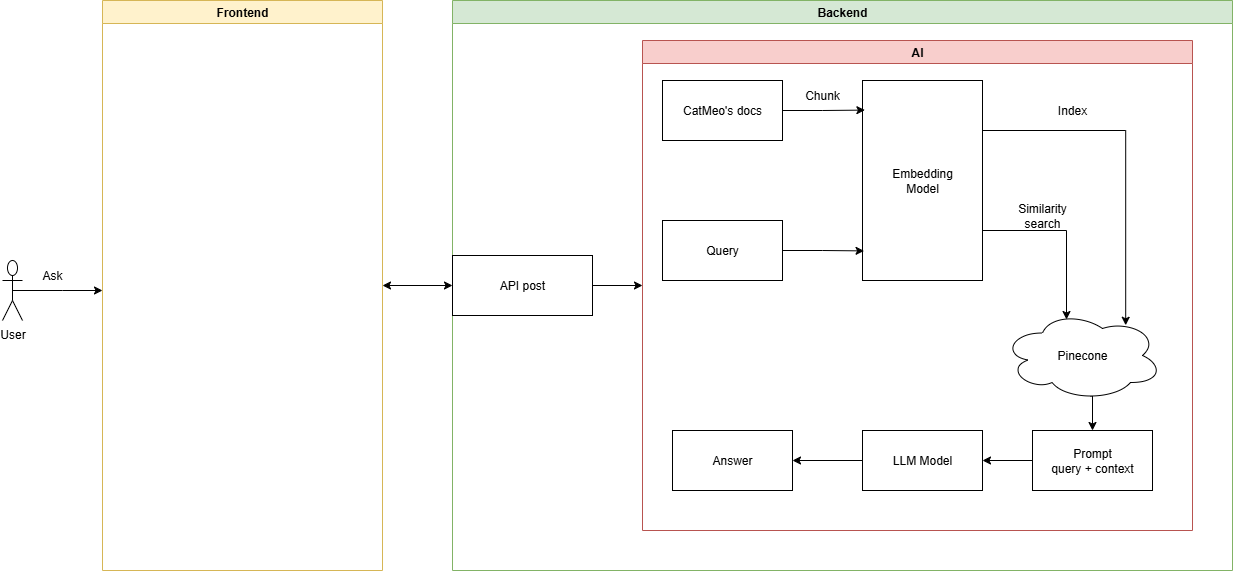
This is architecture/catmeochatbot.png from CatMewChatbotWebsite/CatMeoChatbotWebsite, a draw.io export, as it was before one commit. Source tidied: cells renumbered, new cells last; positions are measured from the earlier drawing's top-left corner, leaving out a move shared by most shapes.
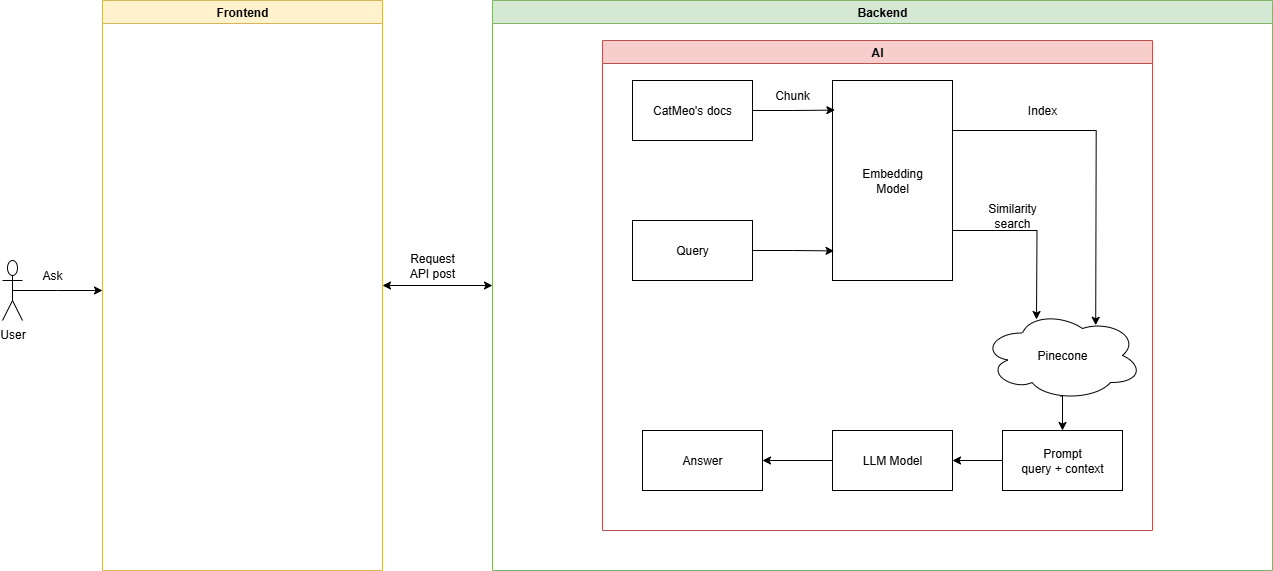
Above is the later version.

Change to the diagram source:
```diff
@@ -2,69 +2,69 @@
   <root>
     <mxCell id="0" />
     <mxCell id="1" parent="0" />
+    <mxCell id="20" value="Backend" style="swimlane;whiteSpace=wrap;html=1;fillColor=#d5e8d4;strokeColor=#82b366;" parent="1" vertex="1">
+      <mxGeometry x="490" width="780" height="570" as="geometry" />
+    </mxCell>
+    <mxCell id="19" value="AI" style="swimlane;whiteSpace=wrap;html=1;fillColor=#f8cecc;strokeColor=#b85450;" parent="20" vertex="1">
+      <mxGeometry x="110" y="40" width="550" height="490" as="geometry" />
+    </mxCell>
-    <mxCell id="2" value="CatMeo's docs" style="rounded=0;whiteSpace=wrap;html=1;" parent="1" vertex="1">
-      <mxGeometry x="660" y="80" width="120" height="60" as="geometry" />
+    <mxCell id="2" value="CatMeo's docs" style="rounded=0;whiteSpace=wrap;html=1;" parent="19" vertex="1">
+      <mxGeometry x="30" y="40" width="120" height="60" as="geometry" />
     </mxCell>
-    <mxCell id="3" value="Embedding&lt;div&gt;Model&lt;/div&gt;" style="rounded=0;whiteSpace=wrap;html=1;" parent="1" vertex="1">
-      <mxGeometry x="860" y="80" width="120" height="200" as="geometry" />
+    <mxCell id="3" value="Embedding&lt;div&gt;Model&lt;/div&gt;" style="rounded=0;whiteSpace=wrap;html=1;" parent="19" vertex="1">
+      <mxGeometry x="230" y="40" width="120" height="200" as="geometry" />
     </mxCell>
-    <mxCell id="4" value="Chunk" style="text;html=1;align=center;verticalAlign=middle;whiteSpace=wrap;rounded=0;" parent="1" vertex="1">
-      <mxGeometry x="790" y="80" width="60" height="30" as="geometry" />
+    <mxCell id="4" value="Chunk" style="text;html=1;align=center;verticalAlign=middle;whiteSpace=wrap;rounded=0;" parent="19" vertex="1">
+      <mxGeometry x="160" y="40" width="60" height="30" as="geometry" />
     </mxCell>
-    <mxCell id="5" style="edgeStyle=orthogonalEdgeStyle;rounded=0;jettySize=auto;html=1;exitX=0.55;exitY=0.95;exitDx=0;exitDy=0;exitPerimeter=0;entryX=0.5;entryY=0;entryDx=0;entryDy=0;" parent="1" edge="1" source="6" target="15">
-      <mxGeometry relative="1" as="geometry" />
+    <mxCell id="5" style="edgeStyle=orthogonalEdgeStyle;rounded=0;jettySize=auto;html=1;exitX=0.55;exitY=0.95;exitDx=0;exitDy=0;exitPerimeter=0;entryX=0.5;entryY=0;entryDx=0;entryDy=0;" parent="19" edge="1" target="15">
+      <mxGeometry relative="1" as="geometry">
+        <mxPoint x="458" y="355.5" as="sourcePoint" />
+      </mxGeometry>
     </mxCell>
-    <mxCell id="6" value="Pinecone" style="ellipse;shape=cloud;whiteSpace=wrap;html=1;" parent="1" vertex="1">
-      <mxGeometry x="1000" y="310" width="160" height="90" as="geometry" />
-    </mxCell>
-    <mxCell id="7" value="Query" style="rounded=0;whiteSpace=wrap;html=1;" parent="1" vertex="1">
-      <mxGeometry x="660" y="220" width="120" height="60" as="geometry" />
+    <mxCell id="7" value="Query" style="rounded=0;whiteSpace=wrap;html=1;" parent="19" vertex="1">
+      <mxGeometry x="30" y="180" width="120" height="60" as="geometry" />
     </mxCell>
-    <mxCell id="8" style="edgeStyle=orthogonalEdgeStyle;rounded=0;jettySize=auto;html=1;exitX=1;exitY=0.5;exitDx=0;exitDy=0;entryX=0.02;entryY=0.148;entryDx=0;entryDy=0;entryPerimeter=0;" parent="1" edge="1" source="2" target="3">
+    <mxCell id="8" style="edgeStyle=orthogonalEdgeStyle;rounded=0;jettySize=auto;html=1;exitX=1;exitY=0.5;exitDx=0;exitDy=0;entryX=0.02;entryY=0.148;entryDx=0;entryDy=0;entryPerimeter=0;" parent="19" edge="1" source="2" target="3">
       <mxGeometry relative="1" as="geometry" />
     </mxCell>
-    <mxCell id="9" style="edgeStyle=orthogonalEdgeStyle;rounded=0;jettySize=auto;html=1;exitX=1;exitY=0.5;exitDx=0;exitDy=0;entryX=0.013;entryY=0.852;entryDx=0;entryDy=0;entryPerimeter=0;" parent="1" edge="1" source="7" target="3">
+    <mxCell id="9" style="edgeStyle=orthogonalEdgeStyle;rounded=0;jettySize=auto;html=1;exitX=1;exitY=0.5;exitDx=0;exitDy=0;entryX=0.013;entryY=0.852;entryDx=0;entryDy=0;entryPerimeter=0;" parent="19" edge="1" source="7" target="3">
       <mxGeometry relative="1" as="geometry" />
     </mxCell>
-    <mxCell id="10" style="edgeStyle=orthogonalEdgeStyle;rounded=0;jettySize=auto;html=1;exitX=1;exitY=0.25;exitDx=0;exitDy=0;entryX=0.77;entryY=0.164;entryDx=0;entryDy=0;entryPerimeter=0;" parent="1" edge="1" source="3" target="6">
-      <mxGeometry relative="1" as="geometry" />
+    <mxCell id="10" style="edgeStyle=orthogonalEdgeStyle;rounded=0;jettySize=auto;html=1;exitX=1;exitY=0.25;exitDx=0;exitDy=0;entryX=0.77;entryY=0.164;entryDx=0;entryDy=0;entryPerimeter=0;" parent="19" edge="1" source="3">
+      <mxGeometry relative="1" as="geometry">
+        <mxPoint x="493.2" y="284.8" as="targetPoint" />
+      </mxGeometry>
     </mxCell>
-    <mxCell id="11" style="edgeStyle=orthogonalEdgeStyle;rounded=0;jettySize=auto;html=1;exitX=1;exitY=0.75;exitDx=0;exitDy=0;entryX=0.4;entryY=0.1;entryDx=0;entryDy=0;entryPerimeter=0;" parent="1" edge="1" source="3" target="6">
-      <mxGeometry relative="1" as="geometry" />
+    <mxCell id="11" style="edgeStyle=orthogonalEdgeStyle;rounded=0;jettySize=auto;html=1;exitX=1;exitY=0.75;exitDx=0;exitDy=0;entryX=0.4;entryY=0.1;entryDx=0;entryDy=0;entryPerimeter=0;" parent="19" edge="1" source="3">
+      <mxGeometry relative="1" as="geometry">
+        <mxPoint x="434" y="279" as="targetPoint" />
+      </mxGeometry>
     </mxCell>
-    <mxCell id="12" value="Index" style="text;html=1;align=center;verticalAlign=middle;whiteSpace=wrap;rounded=0;" parent="1" vertex="1">
-      <mxGeometry x="1040" y="95" width="60" height="30" as="geometry" />
+    <mxCell id="12" value="Index" style="text;html=1;align=center;verticalAlign=middle;whiteSpace=wrap;rounded=0;" parent="19" vertex="1">
+      <mxGeometry x="410" y="55" width="60" height="30" as="geometry" />
     </mxCell>
-    <mxCell id="13" value="Similarity search" style="text;html=1;align=center;verticalAlign=middle;whiteSpace=wrap;rounded=0;" parent="1" vertex="1">
-      <mxGeometry x="1010" y="200" width="60" height="30" as="geometry" />
+    <mxCell id="13" value="Similarity search" style="text;html=1;align=center;verticalAlign=middle;whiteSpace=wrap;rounded=0;" parent="19" vertex="1">
+      <mxGeometry x="380" y="160" width="60" height="30" as="geometry" />
     </mxCell>
-    <mxCell id="14" style="edgeStyle=orthogonalEdgeStyle;rounded=0;jettySize=auto;html=1;exitX=0;exitY=0.5;exitDx=0;exitDy=0;entryX=1;entryY=0.5;entryDx=0;entryDy=0;" parent="1" edge="1" source="15" target="17">
+    <mxCell id="14" style="edgeStyle=orthogonalEdgeStyle;rounded=0;jettySize=auto;html=1;exitX=0;exitY=0.5;exitDx=0;exitDy=0;entryX=1;entryY=0.5;entryDx=0;entryDy=0;" parent="19" edge="1" source="15" target="17">
       <mxGeometry relative="1" as="geometry" />
     </mxCell>
-    <mxCell id="15" value="Prompt&lt;br&gt;query + context" style="rounded=0;whiteSpace=wrap;html=1;" parent="1" vertex="1">
-      <mxGeometry x="1030" y="430" width="120" height="60" as="geometry" />
+    <mxCell id="15" value="Prompt&lt;br&gt;query + context" style="rounded=0;whiteSpace=wrap;html=1;" parent="19" vertex="1">
+      <mxGeometry x="400" y="390" width="120" height="60" as="geometry" />
     </mxCell>
-    <mxCell id="16" style="edgeStyle=orthogonalEdgeStyle;rounded=0;jettySize=auto;html=1;exitX=0;exitY=0.5;exitDx=0;exitDy=0;entryX=1;entryY=0.5;entryDx=0;entryDy=0;" parent="1" edge="1" source="17" target="18">
+    <mxCell id="16" style="edgeStyle=orthogonalEdgeStyle;rounded=0;jettySize=auto;html=1;exitX=0;exitY=0.5;exitDx=0;exitDy=0;entryX=1;entryY=0.5;entryDx=0;entryDy=0;" parent="19" edge="1" source="17" target="18">
       <mxGeometry relative="1" as="geometry" />
     </mxCell>
-    <mxCell id="17" value="LLM Model" style="rounded=0;whiteSpace=wrap;html=1;" parent="1" vertex="1">
-      <mxGeometry x="860" y="430" width="120" height="60" as="geometry" />
+    <mxCell id="17" value="LLM Model" style="rounded=0;whiteSpace=wrap;html=1;" parent="19" vertex="1">
+      <mxGeometry x="230" y="390" width="120" height="60" as="geometry" />
     </mxCell>
-    <mxCell id="18" value="Answer" style="rounded=0;whiteSpace=wrap;html=1;" parent="1" vertex="1">
-      <mxGeometry x="670" y="430" width="120" height="60" as="geometry" />
+    <mxCell id="18" value="Answer" style="rounded=0;whiteSpace=wrap;html=1;" parent="19" vertex="1">
+      <mxGeometry x="40" y="390" width="120" height="60" as="geometry" />
     </mxCell>
-    <mxCell id="19" value="AI" style="swimlane;whiteSpace=wrap;html=1;fillColor=#f8cecc;strokeColor=#b85450;" parent="1" vertex="1">
-      <mxGeometry x="640" y="40" width="550" height="490" as="geometry" />
-    </mxCell>
-    <mxCell id="20" value="Backend" style="swimlane;whiteSpace=wrap;html=1;fillColor=#d5e8d4;strokeColor=#82b366;" parent="1" vertex="1">
-      <mxGeometry x="450" width="780" height="570" as="geometry" />
-    </mxCell>
-    <mxCell id="21" value="API post" style="rounded=0;whiteSpace=wrap;html=1;" parent="20" vertex="1">
-      <mxGeometry y="255" width="140" height="60" as="geometry" />
-    </mxCell>
-    <mxCell id="22" style="edgeStyle=orthogonalEdgeStyle;rounded=0;jettySize=auto;html=1;exitX=1;exitY=0.5;exitDx=0;exitDy=0;entryX=0;entryY=0.5;entryDx=0;entryDy=0;" parent="1" edge="1" source="21" target="19">
-      <mxGeometry relative="1" as="geometry" />
-    </mxCell>
+    <mxCell id="6" value="Pinecone" style="ellipse;shape=cloud;whiteSpace=wrap;html=1;" parent="19" vertex="1">
+      <mxGeometry x="380" y="270" width="160" height="90" as="geometry" />
+    </mxCell>
     <mxCell id="23" style="edgeStyle=orthogonalEdgeStyle;rounded=0;jettySize=auto;html=1;exitX=0.5;exitY=0.5;exitDx=0;exitDy=0;exitPerimeter=0;" parent="1" edge="1" source="24">
       <mxGeometry relative="1" as="geometry">
         <mxPoint x="100" y="290" as="targetPoint" />
@@ -79,8 +79,13 @@
     <mxCell id="26" value="Ask" style="text;html=1;align=center;verticalAlign=middle;whiteSpace=wrap;rounded=0;" parent="1" vertex="1">
       <mxGeometry x="20" y="260" width="60" height="30" as="geometry" />
     </mxCell>
-    <mxCell id="27" style="endArrow=classic;startArrow=classic;html=1;rounded=0;entryX=0;entryY=0.5;entryDx=0;entryDy=0;exitX=1;exitY=0.5;exitDx=0;exitDy=0;" parent="1" edge="1" source="25" target="21">
-      <mxGeometry relative="1" as="geometry" />
+    <mxCell id="27" style="endArrow=classic;startArrow=classic;html=1;rounded=0;entryX=0;entryY=0.5;entryDx=0;entryDy=0;exitX=1;exitY=0.5;exitDx=0;exitDy=0;" parent="1" edge="1" source="25">
+      <mxGeometry relative="1" as="geometry">
+        <mxPoint x="490" y="285" as="targetPoint" />
+      </mxGeometry>
     </mxCell>
+    <mxCell id="28" value="Request API post" style="text;html=1;align=center;verticalAlign=middle;whiteSpace=wrap;rounded=0;" parent="1" vertex="1">
+      <mxGeometry x="400" y="250" width="60" height="30" as="geometry" />
+    </mxCell>
   </root>
 </mxGraphModel>
```
